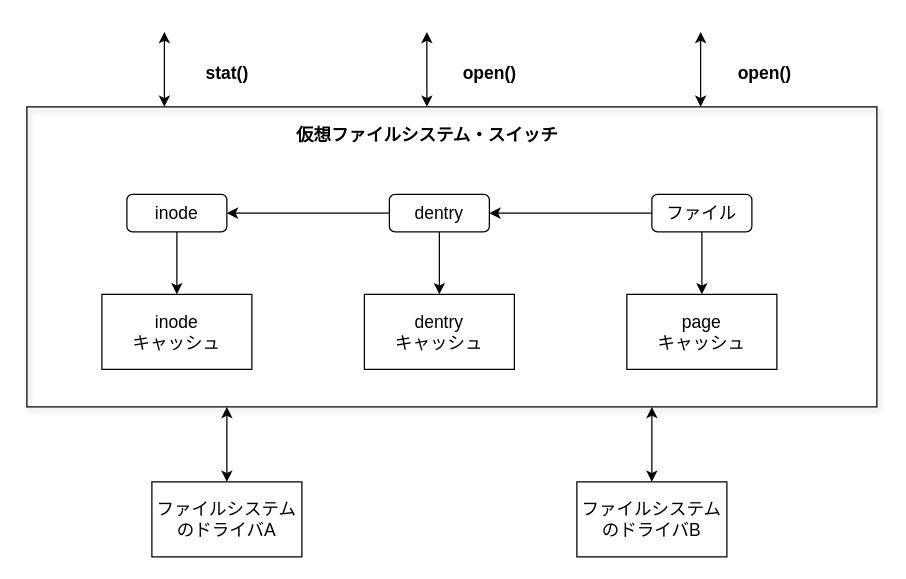
Earlier version of the draw.io diagram images/Fig10-VFSwitch_JP.drawio (takeshi-aihana/LinuxKernelLabs.github.io.in_JP). Source tidied: cells renumbered, new cells numbered last; positions are measured from the earlier drawing's top-left corner, leaving out a move shared by most shapes. Both pictures are drawn from the tidied source at 125%, with x=0, y=0 at pixel (26, 31).
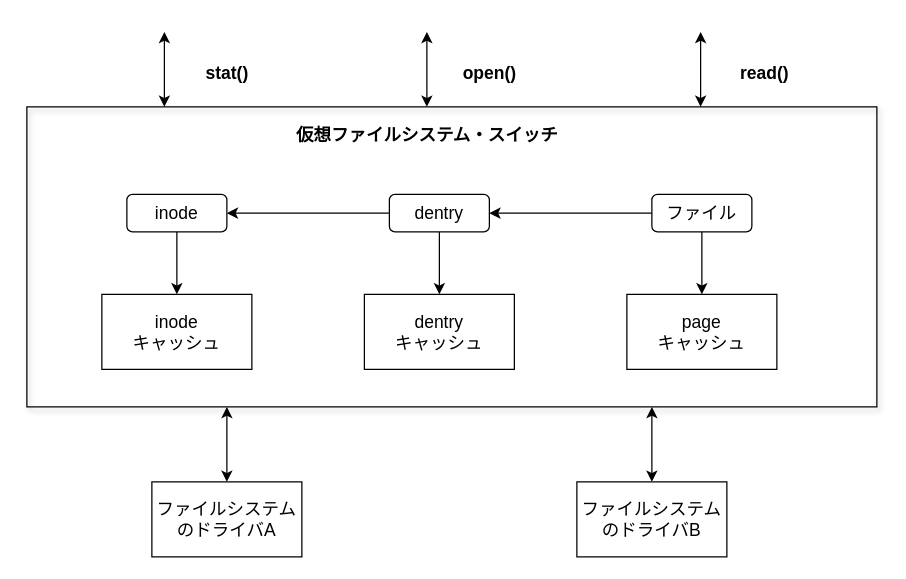
Above is the later version.

What changed in the source:
```diff
@@
-    <mxCell id="19" value="&lt;font face=&quot;ヒラギノ角ゴ Pro W5&quot; style=&quot;font-size: 14px&quot;&gt;open()&lt;/font&gt;" style="text;strokeColor=none;fillColor=none;html=1;fontSize=24;fontStyle=1;verticalAlign=middle;align=center;shadow=1;" parent="1" vertex="1">
+    <mxCell id="19" value="&lt;font face=&quot;ヒラギノ角ゴ Pro W5&quot; style=&quot;font-size: 14px&quot;&gt;read()&lt;/font&gt;" style="text;strokeColor=none;fillColor=none;html=1;fontSize=24;fontStyle=1;verticalAlign=middle;align=center;shadow=1;" parent="1" vertex="1">
       <mxGeometry x="540" y="10" width="100" height="40" as="geometry" />
     </mxCell>
```
